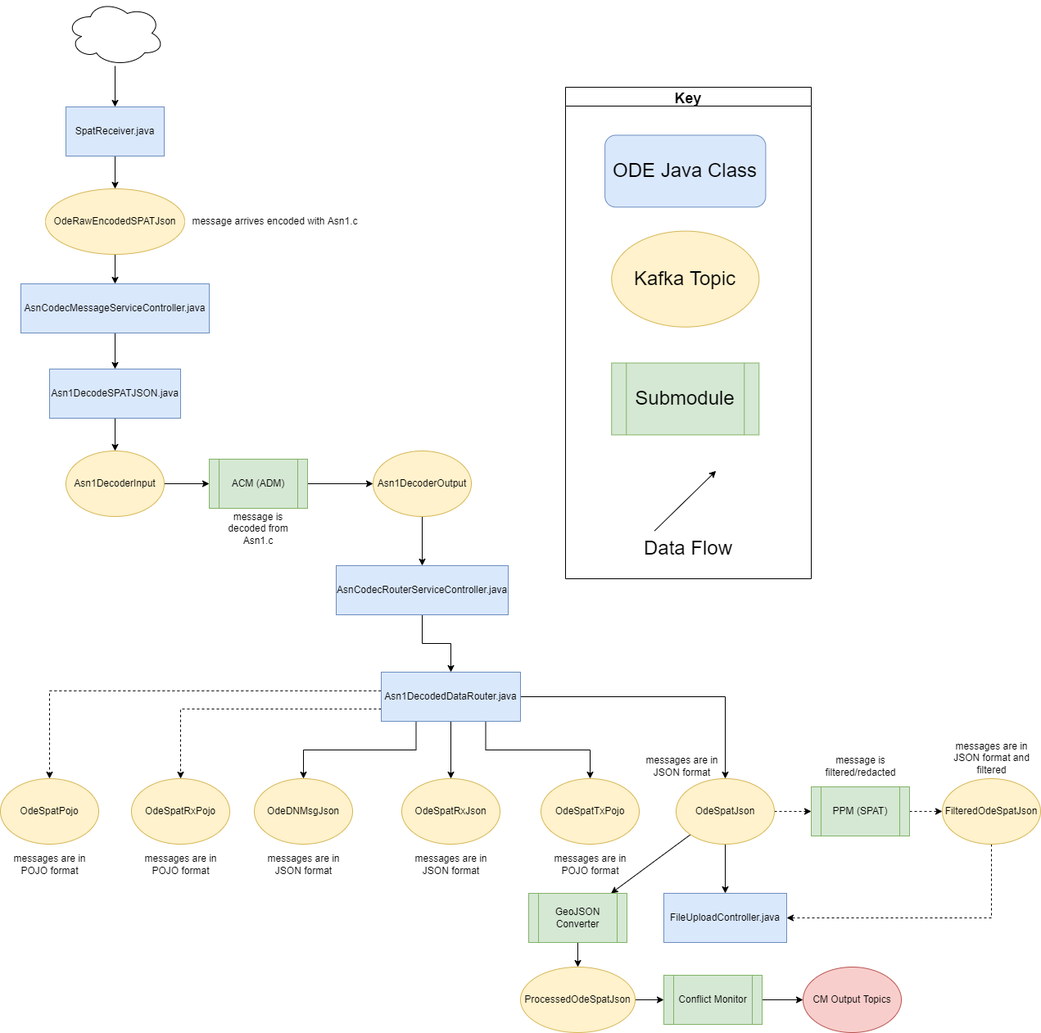
Before: docs/data-flow-diagrams/spat/SPAT Data Flow.drawio.png, a diagram exported from draw.io (usdot-jpo-ode/jpo-ode). Source tidied: cells renumbered, new cells last; positions are measured from the earlier drawing's top-left corner, leaving out a move shared by most shapes.
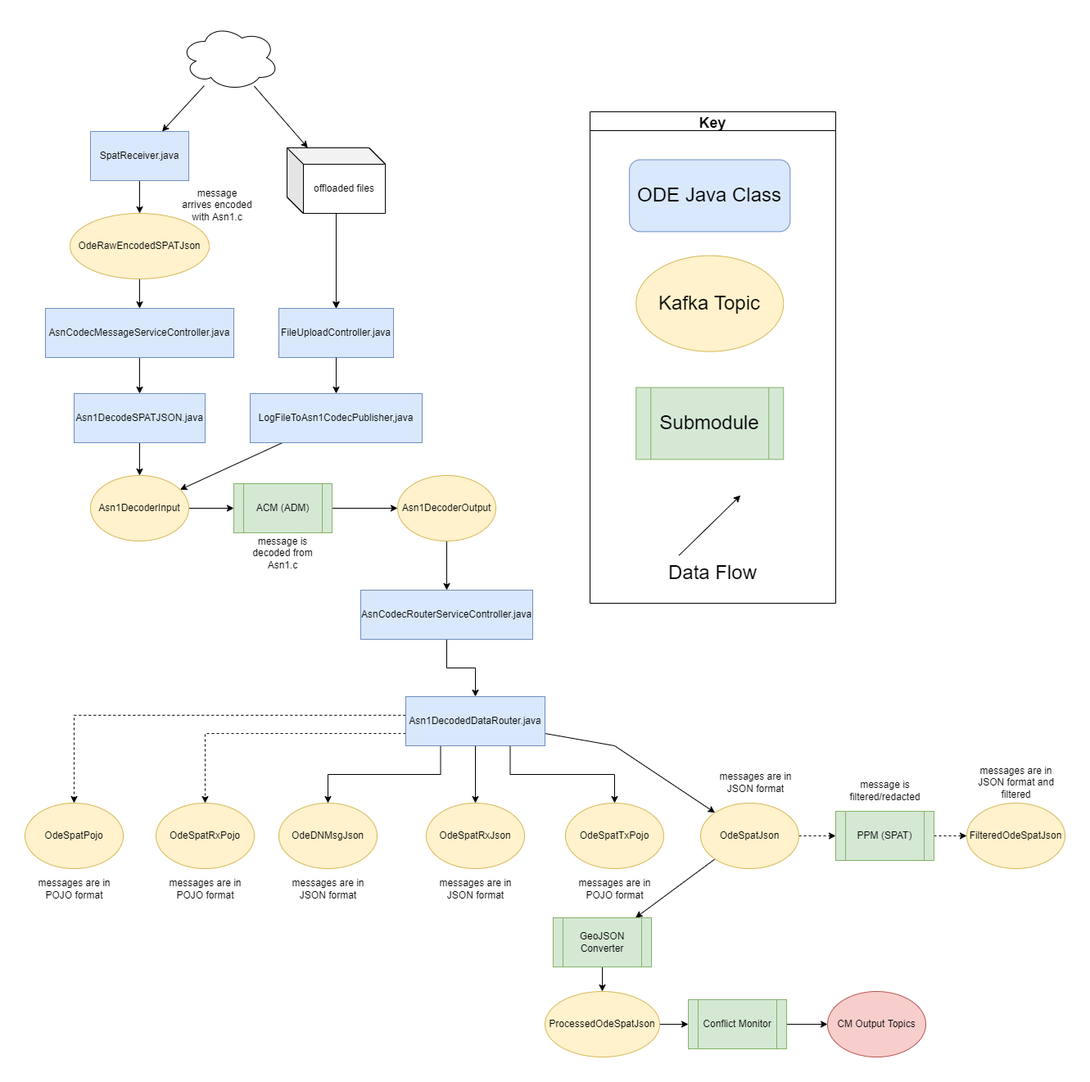
Above is the later version.

Diff of the diagram source:
```diff
@@ -11,8 +11,12 @@
     <mxCell id="4" style="edgeStyle=orthogonalEdgeStyle;rounded=0;jettySize=auto;html=1;exitX=0.75;exitY=1;exitDx=0;exitDy=0;" parent="1" edge="1" source="8" target="35">
       <mxGeometry relative="1" as="geometry" />
     </mxCell>
-    <mxCell id="5" style="edgeStyle=orthogonalEdgeStyle;rounded=0;jettySize=auto;html=1;" parent="1" edge="1" source="8" target="39">
-      <mxGeometry relative="1" as="geometry" />
+    <mxCell id="5" style="rounded=0;jettySize=auto;html=1;" parent="1" edge="1" source="8" target="39">
+      <mxGeometry relative="1" as="geometry">
+        <Array as="points">
+          <mxPoint x="720" y="880" />
+        </Array>
+      </mxGeometry>
     </mxCell>
     <mxCell id="6" style="edgeStyle=orthogonalEdgeStyle;rounded=0;jettySize=auto;html=1;dashed=1;exitX=0;exitY=0.75;exitDx=0;exitDy=0;" parent="1" edge="1" source="8" target="42">
       <mxGeometry relative="1" as="geometry" />
@@ -71,11 +75,14 @@
     <mxCell id="24" value="AsnCodecRouterServiceController.java" style="rounded=0;whiteSpace=wrap;html=1;fillColor=#dae8fc;strokeColor=#6c8ebf;" parent="1" vertex="1">
       <mxGeometry x="410" y="690" width="210" height="60" as="geometry" />
     </mxCell>
-    <mxCell id="25" style="edgeStyle=orthogonalEdgeStyle;rounded=0;jettySize=auto;html=1;" parent="1" edge="1" source="26" target="18">
+    <mxCell id="25" style="rounded=0;jettySize=auto;html=1;" parent="1" edge="1" source="26" target="18">
       <mxGeometry relative="1" as="geometry" />
     </mxCell>
+    <mxCell id="65" style="rounded=0;jettySize=auto;html=1;" parent="1" edge="1" source="26" target="66">
+      <mxGeometry relative="1" as="geometry" />
+    </mxCell>
     <mxCell id="26" style="ellipse;shape=cloud;whiteSpace=wrap;html=1;" parent="1" vertex="1">
-      <mxGeometry x="80" width="120" height="80" as="geometry" />
+      <mxGeometry x="190" width="120" height="80" as="geometry" />
     </mxCell>
     <mxCell id="27" style="group;" parent="1" vertex="1">
       <mxGeometry x="690" y="106" width="300" height="600" as="geometry" />
@@ -107,9 +114,6 @@
     <mxCell id="35" value="OdeSpatTxPojo" style="ellipse;whiteSpace=wrap;html=1;fillColor=#fff2cc;strokeColor=#d6b656;" parent="1" vertex="1">
       <mxGeometry x="660" y="950" width="120" height="80" as="geometry" />
     </mxCell>
-    <mxCell id="36" style="edgeStyle=orthogonalEdgeStyle;rounded=0;jettySize=auto;html=1;" parent="1" edge="1" source="39" target="40">
-      <mxGeometry relative="1" as="geometry" />
-    </mxCell>
     <mxCell id="37" style="edgeStyle=orthogonalEdgeStyle;rounded=0;jettySize=auto;html=1;dashed=1;" parent="1" edge="1" source="39" target="46">
       <mxGeometry relative="1" as="geometry" />
     </mxCell>
@@ -119,18 +123,12 @@
     <mxCell id="39" value="OdeSpatJson" style="ellipse;whiteSpace=wrap;html=1;fillColor=#fff2cc;strokeColor=#d6b656;" parent="1" vertex="1">
       <mxGeometry x="825" y="950" width="120" height="80" as="geometry" />
     </mxCell>
-    <mxCell id="40" value="FileUploadController.java" style="whiteSpace=wrap;html=1;fillColor=#dae8fc;strokeColor=#6c8ebf;" parent="1" vertex="1">
-      <mxGeometry x="810" y="1090" width="150" height="60" as="geometry" />
-    </mxCell>
     <mxCell id="41" value="OdeSpatPojo" style="ellipse;whiteSpace=wrap;html=1;fillColor=#fff2cc;strokeColor=#d6b656;" parent="1" vertex="1">
       <mxGeometry y="950" width="120" height="80" as="geometry" />
     </mxCell>
     <mxCell id="42" value="OdeSpatRxPojo" style="ellipse;whiteSpace=wrap;html=1;fillColor=#fff2cc;strokeColor=#d6b656;" parent="1" vertex="1">
       <mxGeometry x="160" y="950" width="120" height="80" as="geometry" />
     </mxCell>
-    <mxCell id="43" style="edgeStyle=orthogonalEdgeStyle;rounded=0;jettySize=auto;html=1;dashed=1;entryX=1;entryY=0.5;entryDx=0;entryDy=0;exitX=0.5;exitY=1;exitDx=0;exitDy=0;" parent="1" edge="1" source="44" target="40">
-      <mxGeometry relative="1" as="geometry" />
-    </mxCell>
     <mxCell id="44" value="FilteredOdeSpatJson" style="ellipse;whiteSpace=wrap;html=1;fillColor=#fff2cc;strokeColor=#d6b656;" parent="1" vertex="1">
       <mxGeometry x="1150" y="950" width="120" height="80" as="geometry" />
     </mxCell>
@@ -140,9 +138,6 @@
     <mxCell id="46" value="PPM (SPAT)" style="shape=process;whiteSpace=wrap;html=1;backgroundOutline=1;fillColor=#d5e8d4;strokeColor=#82b366;" parent="1" vertex="1">
       <mxGeometry x="990" y="960" width="120" height="60" as="geometry" />
     </mxCell>
-    <mxCell id="47" value="message arrives encoded with Asn1.c" style="text;html=1;align=center;verticalAlign=middle;strokeColor=none;fillColor=none;" parent="1" vertex="1">
-      <mxGeometry x="225" y="260" width="220" height="20" as="geometry" />
-    </mxCell>
     <mxCell id="48" value="message is decoded from Asn1.c" style="text;html=1;strokeColor=none;fillColor=none;align=center;verticalAlign=middle;whiteSpace=wrap;rounded=0;" parent="1" vertex="1">
       <mxGeometry x="260" y="620" width="110" height="50" as="geometry" />
     </mxCell>
@@ -162,7 +157,7 @@
       <mxGeometry x="667.5" y="1030" width="105" height="50" as="geometry" />
     </mxCell>
     <mxCell id="54" value="messages are in JSON format" style="text;html=1;strokeColor=none;fillColor=none;align=center;verticalAlign=middle;whiteSpace=wrap;rounded=0;" parent="1" vertex="1">
-      <mxGeometry x="780" y="910" width="105" height="50" as="geometry" />
+      <mxGeometry x="840" y="900" width="105" height="50" as="geometry" />
     </mxCell>
     <mxCell id="55" value="messages are in POJO format" style="text;html=1;strokeColor=none;fillColor=none;align=center;verticalAlign=middle;whiteSpace=wrap;rounded=0;" parent="1" vertex="1">
       <mxGeometry x="167.5" y="1030" width="105" height="50" as="geometry" />
@@ -194,5 +189,42 @@
     <mxCell id="64" value="ProcessedOdeSpatJson" style="ellipse;whiteSpace=wrap;html=1;fillColor=#fff2cc;strokeColor=#d6b656;" parent="1" vertex="1">
       <mxGeometry x="635" y="1180" width="140" height="80" as="geometry" />
     </mxCell>
+    <mxCell id="66" value="offloaded files" style="shape=cube;whiteSpace=wrap;html=1;boundedLbl=1;backgroundOutline=1;darkOpacity=0.05;darkOpacity2=0.1;" parent="1" vertex="1">
+      <mxGeometry x="320" y="150" width="120" height="80" as="geometry" />
+    </mxCell>
+    <mxCell id="67" style="edgeStyle=orthogonalEdgeStyle;rounded=0;jettySize=auto;html=1;" parent="1" edge="1" source="66" target="40">
+      <mxGeometry relative="1" as="geometry" />
+    </mxCell>
+    <mxCell id="40" value="FileUploadController.java" style="rounded=0;whiteSpace=wrap;html=1;fillColor=#dae8fc;strokeColor=#6c8ebf;" parent="1" vertex="1">
+      <mxGeometry x="310" y="346" width="140" height="60" as="geometry" />
+    </mxCell>
+    <mxCell id="68" style="rounded=0;jettySize=auto;html=1;" parent="1" edge="1" source="40" target="70">
+      <mxGeometry relative="1" as="geometry" />
+    </mxCell>
+    <mxCell id="69" style="edgeStyle=none;rounded=0;jettySize=auto;html=1;" parent="1" edge="1" source="70" target="14">
+      <mxGeometry relative="1" as="geometry" />
+    </mxCell>
+    <mxCell id="70" value="LogFileToAsn1CodecPublisher,java" style="rounded=0;whiteSpace=wrap;html=1;fillColor=#dae8fc;strokeColor=#6c8ebf;" parent="1" vertex="1">
+      <mxGeometry x="275" y="450" width="210" height="60" as="geometry" />
+    </mxCell>
+    <mxCell id="47" value="&lt;span&gt;message arrives encoded with Asn1.c&lt;/span&gt;" style="text;html=1;strokeColor=none;fillColor=none;align=center;verticalAlign=middle;whiteSpace=wrap;rounded=0;" parent="1" vertex="1">
+      <mxGeometry x="190" y="190" width="90" height="60" as="geometry" />
+    </mxCell>
+    <mxCell id="71" value="offloaded files" style="shape=cube;whiteSpace=wrap;html=1;boundedLbl=1;backgroundOutline=1;darkOpacity=0.05;darkOpacity2=0.1;" parent="1" vertex="1">
+      <mxGeometry x="320" y="150" width="120" height="80" as="geometry" />
+    </mxCell>
+    <mxCell id="72" style="edgeStyle=orthogonalEdgeStyle;rounded=0;jettySize=auto;html=1;" parent="1" edge="1" source="71">
+      <mxGeometry relative="1" as="geometry">
+        <mxPoint x="380" y="346" as="targetPoint" />
+      </mxGeometry>
+    </mxCell>
+    <mxCell id="73" value="offloaded files" style="shape=cube;whiteSpace=wrap;html=1;boundedLbl=1;backgroundOutline=1;darkOpacity=0.05;darkOpacity2=0.1;" parent="1" vertex="1">
+      <mxGeometry x="320" y="150" width="120" height="80" as="geometry" />
+    </mxCell>
+    <mxCell id="74" style="edgeStyle=orthogonalEdgeStyle;rounded=0;jettySize=auto;html=1;" parent="1" edge="1" source="73">
+      <mxGeometry relative="1" as="geometry">
+        <mxPoint x="380" y="346" as="targetPoint" />
+      </mxGeometry>
+    </mxCell>
   </root>
 </mxGraphModel>
```
